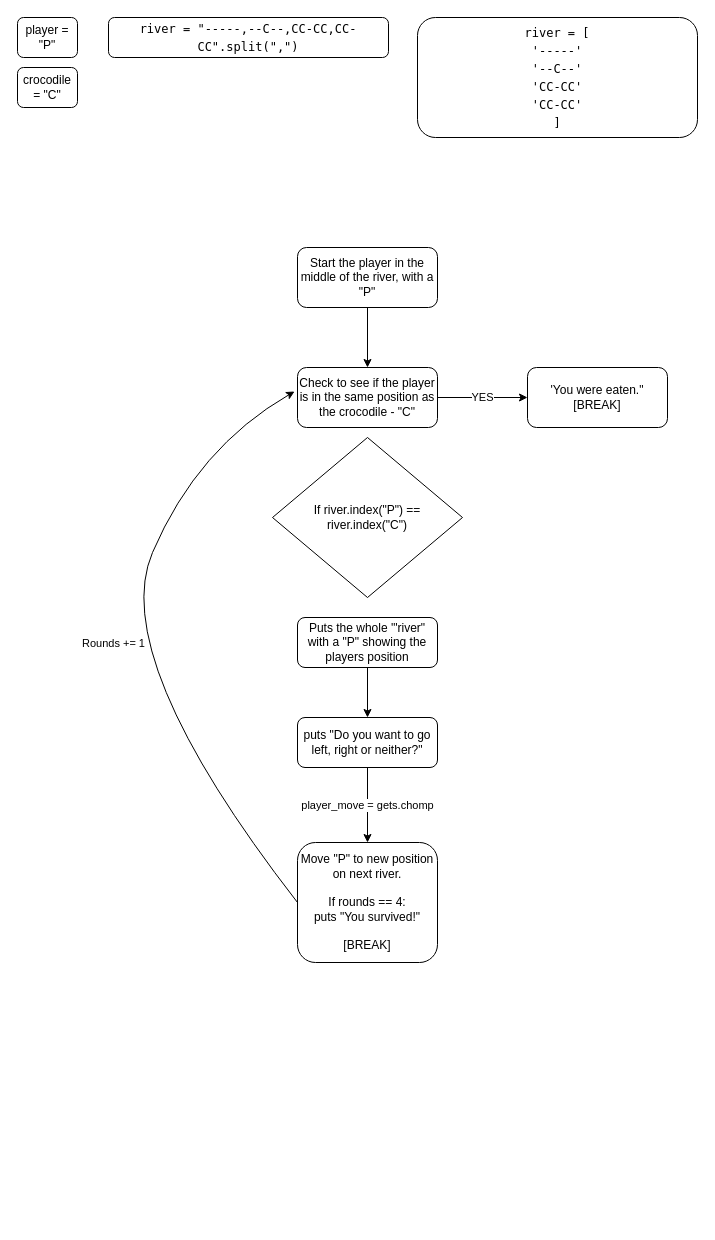
Above: Untitled Diagram.drawio in Chloeem/makers-ruby-practise (draw.io), before the change. Source tidied: cells renumbered, new cells numbered last; positions are measured from the earlier drawing's top-left corner, leaving out a move shared by most shapes. Both pictures are drawn from the tidied source at 100%, with x=0, y=0 at pixel (17, 17).
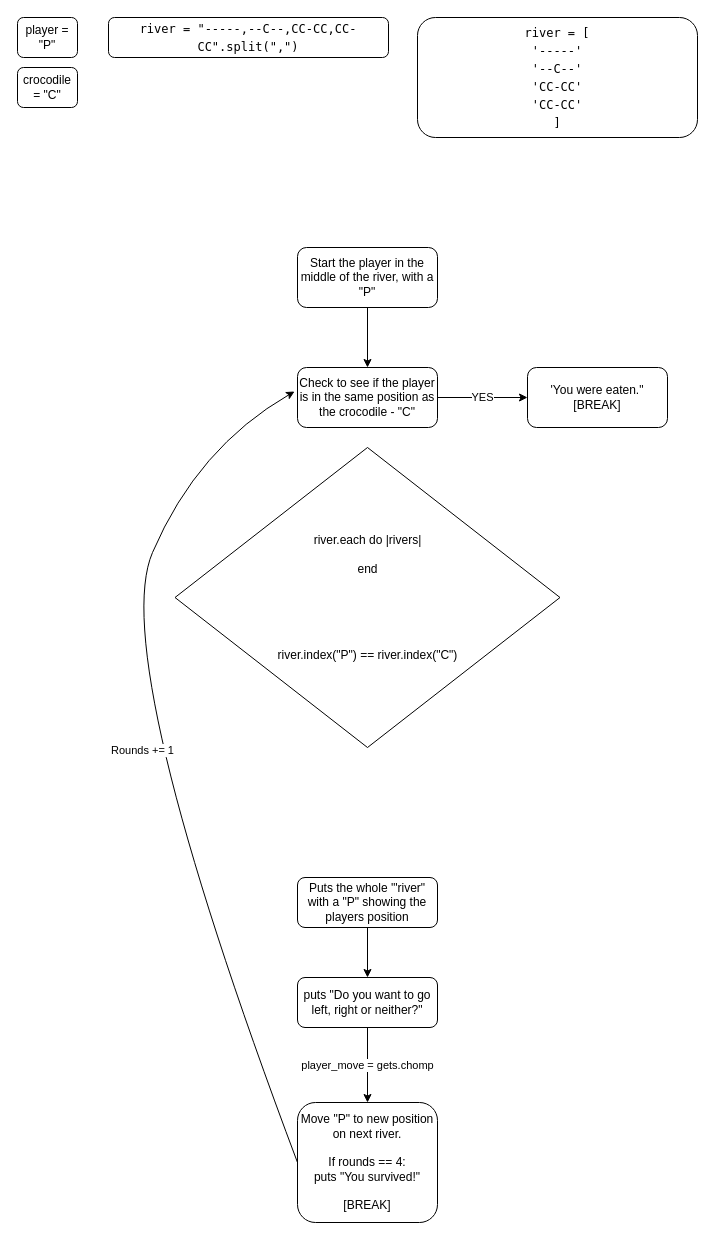
The same page after the edit.

Change to the diagram source:
```diff
@@
 <mxGraphModel>
   <root>
     <mxCell id="0" />
     <mxCell id="1" parent="0" />
     <mxCell id="2" style="edgeStyle=orthogonalEdgeStyle;rounded=0;jettySize=auto;html=1;exitX=0.5;exitY=1;exitDx=0;exitDy=0;entryX=0.5;entryY=0;entryDx=0;entryDy=0;" parent="1" edge="1" source="3" target="5">
       <mxGeometry relative="1" as="geometry" />
     </mxCell>
     <mxCell id="3" value="Start the player in the middle of the river, with a &quot;P&quot;" style="rounded=1;whiteSpace=wrap;html=1;fontSize=12;glass=0;strokeWidth=1;shadow=0;" parent="1" vertex="1">
       <mxGeometry x="280" y="230" width="140" height="60" as="geometry" />
     </mxCell>
     <mxCell id="4" value="YES" style="edgeStyle=orthogonalEdgeStyle;rounded=0;jettySize=auto;html=1;entryX=0;entryY=0.5;entryDx=0;entryDy=0;" parent="1" edge="1" source="5" target="6">
       <mxGeometry relative="1" as="geometry" />
     </mxCell>
     <mxCell id="5" value="Check to see if the player is in the same position as the crocodile - &quot;C&quot;" style="rounded=1;whiteSpace=wrap;html=1;fontSize=12;glass=0;strokeWidth=1;shadow=0;" parent="1" vertex="1">
       <mxGeometry x="280" y="350" width="140" height="60" as="geometry" />
     </mxCell>
     <mxCell id="6" value="'You were eaten.&quot; &lt;br&gt;[BREAK]" style="rounded=1;whiteSpace=wrap;html=1;fontSize=12;glass=0;strokeWidth=1;shadow=0;" parent="1" vertex="1">
       <mxGeometry x="510" y="350" width="140" height="60" as="geometry" />
     </mxCell>
     <mxCell id="7" style="edgeStyle=orthogonalEdgeStyle;rounded=0;jettySize=auto;html=1;" parent="1" edge="1" source="8" target="10">
       <mxGeometry relative="1" as="geometry" />
     </mxCell>
     <mxCell id="8" value="Puts the whole '&quot;river&quot; with a &quot;P&quot; showing the players position" style="rounded=1;whiteSpace=wrap;html=1;fontSize=12;glass=0;strokeWidth=1;shadow=0;" parent="1" vertex="1">
-      <mxGeometry x="280" y="600" width="140" height="50" as="geometry" />
+      <mxGeometry x="280" y="860" width="140" height="50" as="geometry" />
     </mxCell>
     <mxCell id="9" value="player_move = gets.chomp" style="edgeStyle=orthogonalEdgeStyle;rounded=0;jettySize=auto;html=1;" parent="1" edge="1" source="10" target="11">
       <mxGeometry relative="1" as="geometry" />
     </mxCell>
     <mxCell id="10" value="puts &quot;Do you want to go left, right or neither?&quot;" style="rounded=1;whiteSpace=wrap;html=1;fontSize=12;glass=0;strokeWidth=1;shadow=0;" parent="1" vertex="1">
-      <mxGeometry x="280" y="700" width="140" height="50" as="geometry" />
+      <mxGeometry x="280" y="960" width="140" height="50" as="geometry" />
     </mxCell>
     <mxCell id="11" value="Move &quot;P&quot; to new position on next river.&lt;br&gt;&lt;br&gt;If rounds == 4:&lt;br&gt;puts &quot;You survived!&quot;&lt;br&gt;&lt;br&gt;[BREAK]" style="rounded=1;whiteSpace=wrap;html=1;fontSize=12;glass=0;strokeWidth=1;shadow=0;" parent="1" vertex="1">
-      <mxGeometry x="280" y="825" width="140" height="120" as="geometry" />
+      <mxGeometry x="280" y="1085" width="140" height="120" as="geometry" />
     </mxCell>
     <mxCell id="12" value="Rounds += 1" style="curved=1;endArrow=classic;html=1;exitX=0;exitY=0.5;exitDx=0;exitDy=0;entryX=-0.021;entryY=0.4;entryDx=0;entryDy=0;entryPerimeter=0;" parent="1" edge="1" source="11" target="5">
       <mxGeometry relative="1" as="geometry">
         <Array as="points">
           <mxPoint x="90" y="640" />
           <mxPoint x="180" y="430" />
         </Array>
       </mxGeometry>
     </mxCell>
     <mxCell id="13" value="player = &quot;P&quot;" style="rounded=1;whiteSpace=wrap;html=1;" parent="1" vertex="1">
       <mxGeometry width="60" height="40" as="geometry" />
     </mxCell>
     <mxCell id="14" value="crocodile = &quot;C&quot;" style="rounded=1;whiteSpace=wrap;html=1;" parent="1" vertex="1">
       <mxGeometry y="50" width="60" height="40" as="geometry" />
     </mxCell>
-    <mxCell id="15" value="If river.index(&quot;P&quot;) == river.index(&quot;C&quot;)" style="rhombus;whiteSpace=wrap;html=1;" parent="1" vertex="1">
-      <mxGeometry x="255" y="420" width="190" height="160" as="geometry" />
+    <mxCell id="15" value="river.each do |rivers|&lt;br&gt;&lt;br&gt;end&lt;br&gt;&lt;br&gt;&lt;br&gt;&lt;br&gt;&lt;br&gt;&lt;br&gt;river.index(&quot;P&quot;) == river.index(&quot;C&quot;)" style="rhombus;whiteSpace=wrap;html=1;" parent="1" vertex="1">
+      <mxGeometry x="157.5" y="430" width="385" height="300" as="geometry" />
     </mxCell>
     <mxCell id="16" value="&lt;div style=&quot;font-family: &amp;#34;menlo&amp;#34; , &amp;#34;monaco&amp;#34; , &amp;#34;courier new&amp;#34; , monospace ; line-height: 18px&quot;&gt;&lt;span style=&quot;background-color: rgb(255 , 255 , 255)&quot;&gt;river = &quot;-----,--C--,CC-CC,CC-CC&quot;.split(&quot;,&quot;)&lt;/span&gt;&lt;/div&gt;" style="rounded=1;whiteSpace=wrap;html=1;fillColor=#FFFFFF;" parent="1" vertex="1">
       <mxGeometry x="91" width="280" height="40" as="geometry" />
     </mxCell>
     <mxCell id="17" value="&lt;div style=&quot;font-family: &amp;#34;menlo&amp;#34; , &amp;#34;monaco&amp;#34; , &amp;#34;courier new&amp;#34; , monospace ; line-height: 18px&quot;&gt;&lt;span style=&quot;background-color: rgb(255 , 255 , 255)&quot;&gt;river = [&lt;/span&gt;&lt;/div&gt;&lt;div style=&quot;font-family: &amp;#34;menlo&amp;#34; , &amp;#34;monaco&amp;#34; , &amp;#34;courier new&amp;#34; , monospace ; line-height: 18px&quot;&gt;&lt;span style=&quot;background-color: rgb(255 , 255 , 255)&quot;&gt;&amp;nbsp;'-----'&amp;nbsp;&lt;/span&gt;&lt;/div&gt;&lt;div style=&quot;font-family: &amp;#34;menlo&amp;#34; , &amp;#34;monaco&amp;#34; , &amp;#34;courier new&amp;#34; , monospace ; line-height: 18px&quot;&gt;&lt;span style=&quot;background-color: rgb(255 , 255 , 255)&quot;&gt;'--C--'&lt;/span&gt;&lt;/div&gt;&lt;div style=&quot;font-family: &amp;#34;menlo&amp;#34; , &amp;#34;monaco&amp;#34; , &amp;#34;courier new&amp;#34; , monospace ; line-height: 18px&quot;&gt;&lt;span style=&quot;background-color: rgb(255 , 255 , 255)&quot;&gt;&amp;nbsp;'CC-CC'&amp;nbsp;&lt;/span&gt;&lt;/div&gt;&lt;div style=&quot;font-family: &amp;#34;menlo&amp;#34; , &amp;#34;monaco&amp;#34; , &amp;#34;courier new&amp;#34; , monospace ; line-height: 18px&quot;&gt;&lt;span style=&quot;background-color: rgb(255 , 255 , 255)&quot;&gt;'CC-CC'&lt;/span&gt;&lt;/div&gt;&lt;div style=&quot;font-family: &amp;#34;menlo&amp;#34; , &amp;#34;monaco&amp;#34; , &amp;#34;courier new&amp;#34; , monospace ; line-height: 18px&quot;&gt;&lt;span style=&quot;background-color: rgb(255 , 255 , 255)&quot;&gt;]&lt;/span&gt;&lt;/div&gt;" style="rounded=1;whiteSpace=wrap;html=1;fillColor=#FFFFFF;" parent="1" vertex="1">
       <mxGeometry x="400" width="280" height="120" as="geometry" />
     </mxCell>
   </root>
 </mxGraphModel>
```
